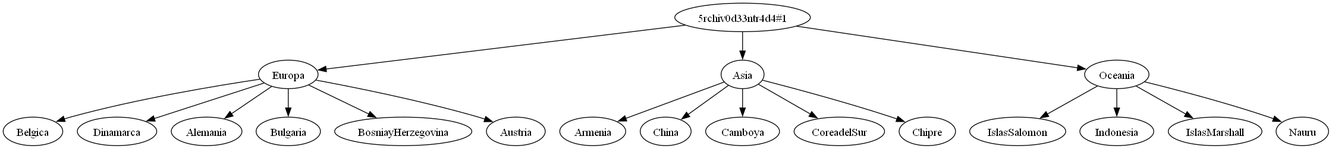
Before: graph.png, a diagram exported from Graphviz (C-arl-os/-LFP-2S24Proyectos_202201131). Its source is kept beside it as graph.dot. The source it was exported from:
```dot
digraph G {
"5rchiv0d33ntr4d4#1" -> "Europa"
Europa -> Belgica
Europa -> Dinamarca
Europa -> Alemania
Europa -> Bulgaria
Europa -> BosniayHerzegovina
Europa -> Austria
"5rchiv0d33ntr4d4#1" -> "Asia"
Asia -> Armenia
Asia -> China
Asia -> Camboya
Asia -> CoreadelSur
Asia -> Chipre
"5rchiv0d33ntr4d4#1" -> "Oceania"
Oceania -> IslasSalomon
Oceania -> Indonesia
Oceania -> IslasMarshall
Oceania -> Nauru
}
```
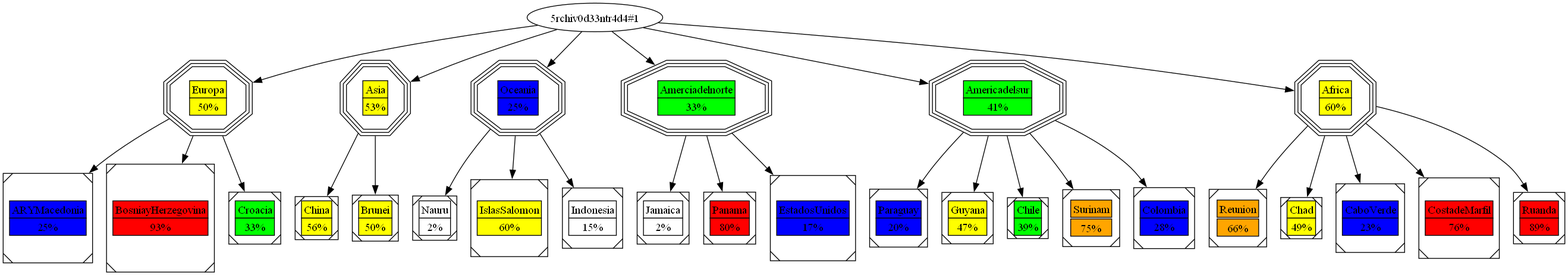
Above is the later version.

Change to the diagram source:
```diff
@@ -1,20 +1,77 @@
 digraph G {
 "5rchiv0d33ntr4d4#1" -> "Europa"
-Europa -> Belgica
-Europa -> Dinamarca
-Europa -> Alemania
-Europa -> Bulgaria
+ARYMacedonia[label=<<table border="0" cellborder="1" cellspacing="0"><tr><td bgcolor="blue">ARYMacedonia</td></tr><tr><td bgcolor="blue">25%</td></tr></table>>, shape=Msquare];
+Europa -> ARYMacedonia
+
+BosniayHerzegovina[label=<<table border="0" cellborder="1" cellspacing="0"><tr><td bgcolor="red">BosniayHerzegovina</td></tr><tr><td bgcolor="red">93%</td></tr></table>>, shape=Msquare];
 Europa -> BosniayHerzegovina
-Europa -> Austria
+
+Croacia[label=<<table border="0" cellborder="1" cellspacing="0"><tr><td bgcolor="green">Croacia</td></tr><tr><td bgcolor="green">33%</td></tr></table>>, shape=Msquare];
+Europa -> Croacia
+
+Europa[label=<<table border="0" cellborder="1" cellspacing="0"><tr><td bgcolor="yellow">Europa</td></tr><tr><td bgcolor="yellow">50%</td></tr></table>>, shape=tripleoctagon];
 "5rchiv0d33ntr4d4#1" -> "Asia"
-Asia -> Armenia
+China[label=<<table border="0" cellborder="1" cellspacing="0"><tr><td bgcolor="yellow">China</td></tr><tr><td bgcolor="yellow">56%</td></tr></table>>, shape=Msquare];
 Asia -> China
-Asia -> Camboya
-Asia -> CoreadelSur
-Asia -> Chipre
+
+Brunei[label=<<table border="0" cellborder="1" cellspacing="0"><tr><td bgcolor="yellow">Brunei</td></tr><tr><td bgcolor="yellow">50%</td></tr></table>>, shape=Msquare];
+Asia -> Brunei
+
+Asia[label=<<table border="0" cellborder="1" cellspacing="0"><tr><td bgcolor="yellow">Asia</td></tr><tr><td bgcolor="yellow">53%</td></tr></table>>, shape=tripleoctagon];
 "5rchiv0d33ntr4d4#1" -> "Oceania"
+Nauru[label=<<table border="0" cellborder="1" cellspacing="0"><tr><td bgcolor="white">Nauru</td></tr><tr><td bgcolor="white">2%</td></tr></table>>, shape=Msquare];
+Oceania -> Nauru
+
+IslasSalomon[label=<<table border="0" cellborder="1" cellspacing="0"><tr><td bgcolor="yellow">IslasSalomon</td></tr><tr><td bgcolor="yellow">60%</td></tr></table>>, shape=Msquare];
 Oceania -> IslasSalomon
+
+Indonesia[label=<<table border="0" cellborder="1" cellspacing="0"><tr><td bgcolor="white">Indonesia</td></tr><tr><td bgcolor="white">15%</td></tr></table>>, shape=Msquare];
 Oceania -> Indonesia
-Oceania -> IslasMarshall
-Oceania -> Nauru
+
+Oceania[label=<<table border="0" cellborder="1" cellspacing="0"><tr><td bgcolor="blue">Oceania</td></tr><tr><td bgcolor="blue">25%</td></tr></table>>, shape=tripleoctagon];
+"5rchiv0d33ntr4d4#1" -> "Amerciadelnorte"
+Jamaica[label=<<table border="0" cellborder="1" cellspacing="0"><tr><td bgcolor="white">Jamaica</td></tr><tr><td bgcolor="white">2%</td></tr></table>>, shape=Msquare];
+Amerciadelnorte -> Jamaica
+
+Panama[label=<<table border="0" cellborder="1" cellspacing="0"><tr><td bgcolor="red">Panama</td></tr><tr><td bgcolor="red">80%</td></tr></table>>, shape=Msquare];
+Amerciadelnorte -> Panama
+
+EstadosUnidos[label=<<table border="0" cellborder="1" cellspacing="0"><tr><td bgcolor="blue">EstadosUnidos</td></tr><tr><td bgcolor="blue">17%</td></tr></table>>, shape=Msquare];
+Amerciadelnorte -> EstadosUnidos
+
+Amerciadelnorte[label=<<table border="0" cellborder="1" cellspacing="0"><tr><td bgcolor="green">Amerciadelnorte</td></tr><tr><td bgcolor="green">33%</td></tr></table>>, shape=tripleoctagon];
+"5rchiv0d33ntr4d4#1" -> "Americadelsur"
+Paraguay[label=<<table border="0" cellborder="1" cellspacing="0"><tr><td bgcolor="blue">Paraguay</td></tr><tr><td bgcolor="blue">20%</td></tr></table>>, shape=Msquare];
+Americadelsur -> Paraguay
+
+Guyana[label=<<table border="0" cellborder="1" cellspacing="0"><tr><td bgcolor="yellow">Guyana</td></tr><tr><td bgcolor="yellow">47%</td></tr></table>>, shape=Msquare];
+Americadelsur -> Guyana
+
+Chile[label=<<table border="0" cellborder="1" cellspacing="0"><tr><td bgcolor="green">Chile</td></tr><tr><td bgcolor="green">39%</td></tr></table>>, shape=Msquare];
+Americadelsur -> Chile
+
+Surinam[label=<<table border="0" cellborder="1" ellspacing="0"><tr><td bgcolor="orange">Surinam</td></tr><tr><td bgcolor="orange">75%</td></tr></table>>, shape=Msquare];
+Americadelsur -> Surinam
+
+Colombia[label=<<table border="0" cellborder="1" cellspacing="0"><tr><td bgcolor="blue">Colombia</td></tr><tr><td bgcolor="blue">28%</td></tr></table>>, shape=Msquare];
+Americadelsur -> Colombia
+
+Americadelsur[label=<<table border="0" cellborder="1" cellspacing="0"><tr><td bgcolor="green">Americadelsur</td></tr><tr><td bgcolor="green">41%</td></tr></table>>, shape=tripleoctagon];
+"5rchiv0d33ntr4d4#1" -> "Africa"
+Reunion[label=<<table border="0" cellborder="1" ellspacing="0"><tr><td bgcolor="orange">Reunion</td></tr><tr><td bgcolor="orange">66%</td></tr></table>>, shape=Msquare];
+Africa -> Reunion
+
+Chad[label=<<table border="0" cellborder="1" cellspacing="0"><tr><td bgcolor="yellow">Chad</td></tr><tr><td bgcolor="yellow">49%</td></tr></table>>, shape=Msquare];
+Africa -> Chad
+
+CaboVerde[label=<<table border="0" cellborder="1" cellspacing="0"><tr><td bgcolor="blue">CaboVerde</td></tr><tr><td bgcolor="blue">23%</td></tr></table>>, shape=Msquare];
+Africa -> CaboVerde
+
+CostadeMarfil[label=<<table border="0" cellborder="1" cellspacing="0"><tr><td bgcolor="red">CostadeMarfil</td></tr><tr><td bgcolor="red">76%</td></tr></table>>, shape=Msquare];
+Africa -> CostadeMarfil
+
+Ruanda[label=<<table border="0" cellborder="1" cellspacing="0"><tr><td bgcolor="red">Ruanda</td></tr><tr><td bgcolor="red">89%</td></tr></table>>, shape=Msquare];
+Africa -> Ruanda
+
+Africa[label=<<table border="0" cellborder="1" cellspacing="0"><tr><td bgcolor="yellow">Africa</td></tr><tr><td bgcolor="yellow">60%</td></tr></table>>, shape=tripleoctagon];
 }
```
